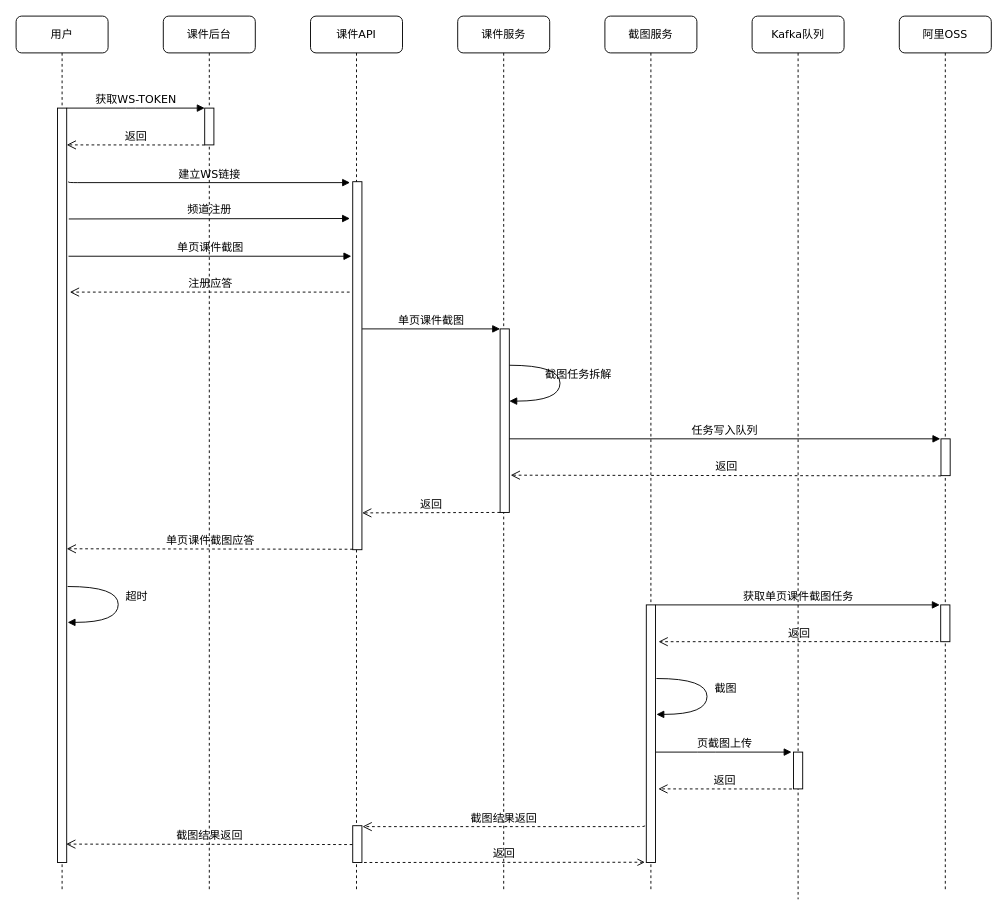
Before: cw3-release.drawio in huanjiesm/courseware-draw, a draw.io diagram. Source tidied: cells renumbered, new cells numbered last; positions are measured from the earlier drawing's top-left corner, leaving out a move shared by most shapes. Both pictures are drawn from the tidied source at 92%, with x=0, y=0 at pixel (16, 16).
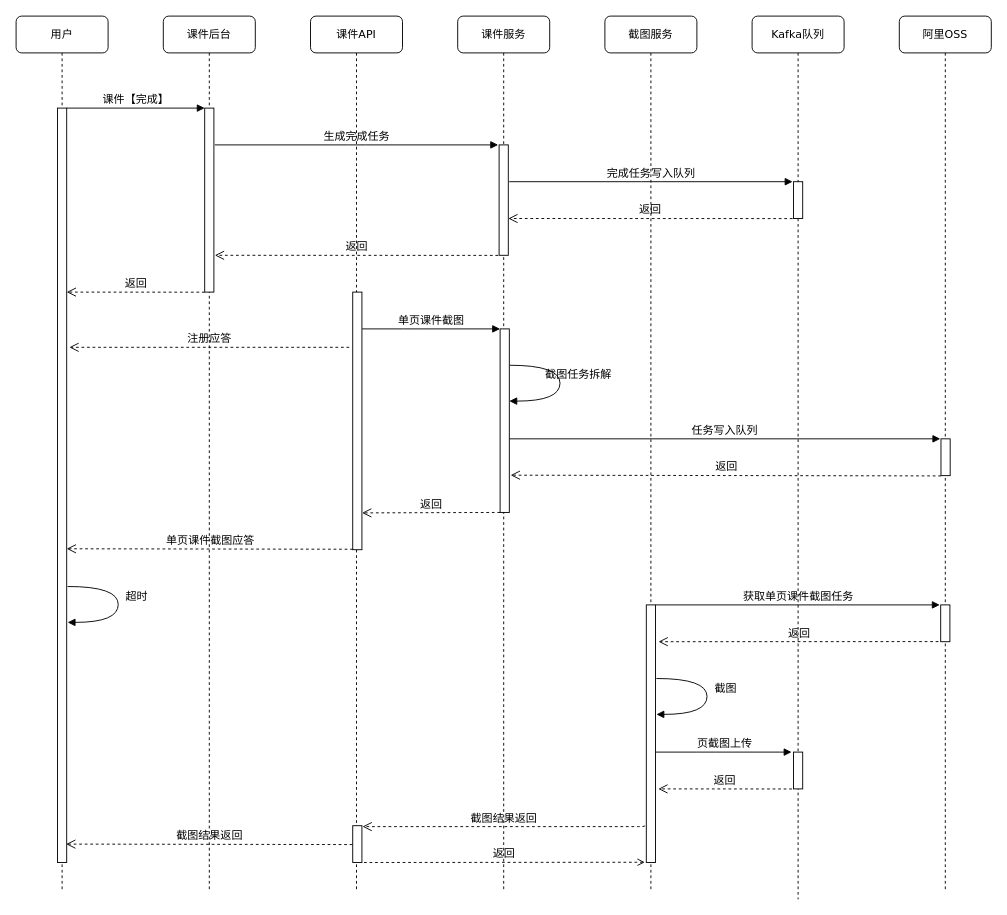
Above is the later version.

The change refers to these unchanged cells:
```xml
<mxCell id="4" value="Kafka队列" style="shape=umlLifeline;perimeter=lifelinePerimeter;whiteSpace=wrap;html=1;rounded=1;shadow=0;comic=0;labelBackgroundColor=none;strokeWidth=1;fontFamily=Verdana;fontSize=12;align=center;" parent="1" vertex="1">
  <mxGeometry x="800" width="100" height="960" as="geometry" />
</mxCell>
<mxCell id="6" value="课件后台" style="shape=umlLifeline;perimeter=lifelinePerimeter;whiteSpace=wrap;html=1;rounded=1;shadow=0;comic=0;labelBackgroundColor=none;strokeWidth=1;fontFamily=Verdana;fontSize=12;align=center;" parent="1" vertex="1">
  <mxGeometry x="160" width="100" height="950" as="geometry" />
</mxCell>
<mxCell id="9" value="课件API" style="shape=umlLifeline;perimeter=lifelinePerimeter;whiteSpace=wrap;html=1;rounded=1;shadow=0;comic=0;labelBackgroundColor=none;strokeWidth=1;fontFamily=Verdana;fontSize=12;align=center;" parent="1" vertex="1">
  <mxGeometry x="320" width="100" height="950" as="geometry" />
</mxCell>
<mxCell id="12" value="课件服务" style="shape=umlLifeline;perimeter=lifelinePerimeter;whiteSpace=wrap;html=1;rounded=1;shadow=0;comic=0;labelBackgroundColor=none;strokeWidth=1;fontFamily=Verdana;fontSize=12;align=center;" parent="1" vertex="1">
  <mxGeometry x="480" width="100" height="950" as="geometry" />
</mxCell>
<mxCell id="23" style="html=1;points=[];perimeter=orthogonalPerimeter;rounded=0;shadow=0;comic=0;labelBackgroundColor=none;strokeWidth=1;fontFamily=Verdana;fontSize=12;align=center;" parent="22" vertex="1">
  <mxGeometry x="45" y="100" width="10" height="820" as="geometry" />
</mxCell>
```

The edit, as a diff of the source:
```diff
@@
+    <mxCell id="39" style="html=1;perimeter=orthogonalPerimeter;rounded=0;shadow=0;comic=0;labelBackgroundColor=none;strokeWidth=1;fontFamily=Verdana;fontSize=12;align=center;" parent="4" vertex="1">
+      <mxGeometry x="45" y="180" width="10" height="40" as="geometry" />
+    </mxCell>
+    <mxCell id="40" value="返回" style="html=1;verticalAlign=bottom;endArrow=open;dashed=1;endSize=8;labelBackgroundColor=none;fontFamily=Verdana;fontSize=12;edgeStyle=elbowEdgeStyle;elbow=vertical;" parent="4" edge="1">
+      <mxGeometry relative="1" as="geometry">
+        <mxPoint x="44" y="220.1" as="sourcePoint" />
+        <mxPoint x="-265" y="220" as="targetPoint" />
+      </mxGeometry>
+    </mxCell>
@@
     <mxCell id="7" style="html=1;points=[];perimeter=orthogonalPerimeter;rounded=0;shadow=0;comic=0;labelBackgroundColor=none;strokeWidth=1;fontFamily=Verdana;fontSize=12;align=center;" parent="6" vertex="1">
-      <mxGeometry x="45" y="100" width="10" height="40" as="geometry" />
+      <mxGeometry x="45" y="100" width="10" height="200" as="geometry" />
     </mxCell>
     <mxCell id="8" value="返回" style="html=1;verticalAlign=bottom;endArrow=open;dashed=1;endSize=8;labelBackgroundColor=none;fontFamily=Verdana;fontSize=12;edgeStyle=elbowEdgeStyle;elbow=vertical;" parent="6" edge="1">
       <mxGeometry relative="1" as="geometry">
-        <mxPoint x="45" y="140.1" as="sourcePoint" />
-        <mxPoint x="-105" y="140.1" as="targetPoint" />
+        <mxPoint x="45" y="300.1" as="sourcePoint" />
+        <mxPoint x="-105" y="300.1" as="targetPoint" />
       </mxGeometry>
     </mxCell>
@@
     <mxCell id="10" style="html=1;perimeter=orthogonalPerimeter;rounded=0;shadow=0;comic=0;labelBackgroundColor=none;strokeWidth=1;fontFamily=Verdana;fontSize=12;align=center;" parent="9" vertex="1">
-      <mxGeometry x="45.9" y="180" width="10" height="400" as="geometry" />
+      <mxGeometry x="45.9" y="300" width="10" height="280" as="geometry" />
     </mxCell>
@@
+    <mxCell id="41" value="生成完成任务" style="html=1;verticalAlign=bottom;endArrow=block;labelBackgroundColor=none;fontFamily=Verdana;fontSize=12;edgeStyle=elbowEdgeStyle;elbow=vertical;" parent="9" edge="1">
+      <mxGeometry relative="1" as="geometry">
+        <mxPoint x="-104" y="140" as="sourcePoint" />
+        <mxPoint x="204" y="140" as="targetPoint" />
+      </mxGeometry>
+    </mxCell>
@@
+    <mxCell id="42" style="html=1;perimeter=orthogonalPerimeter;rounded=0;shadow=0;comic=0;labelBackgroundColor=none;strokeWidth=1;fontFamily=Verdana;fontSize=12;align=center;" parent="12" vertex="1">
+      <mxGeometry x="45" y="140" width="10" height="120" as="geometry" />
+    </mxCell>
+    <mxCell id="43" value="返回" style="html=1;verticalAlign=bottom;endArrow=open;dashed=1;endSize=8;labelBackgroundColor=none;fontFamily=Verdana;fontSize=12;edgeStyle=elbowEdgeStyle;elbow=vertical;" parent="12" edge="1">
+      <mxGeometry relative="1" as="geometry">
+        <mxPoint x="44" y="260.1" as="sourcePoint" />
+        <mxPoint x="-264" y="260" as="targetPoint" />
+      </mxGeometry>
+    </mxCell>
@@
-    <mxCell id="26" value="获取WS-TOKEN" style="html=1;verticalAlign=bottom;endArrow=block;entryX=0;entryY=0;labelBackgroundColor=none;fontFamily=Verdana;fontSize=12;edgeStyle=elbowEdgeStyle;elbow=vertical;" parent="1" edge="1" source="23" target="7">
+    <mxCell id="26" value="课件【完成】" style="html=1;verticalAlign=bottom;endArrow=block;entryX=0;entryY=0;labelBackgroundColor=none;fontFamily=Verdana;fontSize=12;edgeStyle=elbowEdgeStyle;elbow=vertical;" parent="1" edge="1" source="23" target="7">
       <mxGeometry relative="1" as="geometry" />
     </mxCell>
-    <mxCell id="27" value="频道注册" style="html=1;verticalAlign=bottom;endArrow=block;labelBackgroundColor=none;fontFamily=Verdana;fontSize=12;edgeStyle=elbowEdgeStyle;elbow=vertical;entryX=-0.097;entryY=0.101;entryDx=0;entryDy=0;entryPerimeter=0;exitX=1.429;exitY=0.147;exitDx=0;exitDy=0;exitPerimeter=0;" parent="1" edge="1">
-      <mxGeometry relative="1" as="geometry">
-        <mxPoint x="57.3" y="220.5" as="sourcePoint" />
-        <mxPoint x="362.9" y="220.4" as="targetPoint" />
-        <Array as="points">
-          <mxPoint x="118" y="220" />
-          <mxPoint x="338" y="214" />
-        </Array>
-      </mxGeometry>
-    </mxCell>
-    <mxCell id="28" value="建立WS链接" style="html=1;verticalAlign=bottom;endArrow=block;entryX=0;entryY=0;labelBackgroundColor=none;fontFamily=Verdana;fontSize=12;edgeStyle=elbowEdgeStyle;elbow=vertical;" parent="1" edge="1">
-      <mxGeometry relative="1" as="geometry">
-        <mxPoint x="57" y="180" as="sourcePoint" />
-        <mxPoint x="363" y="181" as="targetPoint" />
-      </mxGeometry>
-    </mxCell>
-    <mxCell id="29" value="单页课件截图" style="html=1;verticalAlign=bottom;endArrow=block;labelBackgroundColor=none;fontFamily=Verdana;fontSize=12;edgeStyle=elbowEdgeStyle;elbow=vertical;entryX=-0.347;entryY=0.299;entryDx=0;entryDy=0;entryPerimeter=0;" parent="1" edge="1">
-      <mxGeometry relative="1" as="geometry">
-        <mxPoint x="57" y="261" as="sourcePoint" />
-        <mxPoint x="364.4" y="260.6" as="targetPoint" />
-        <Array as="points">
-          <mxPoint x="152" y="261" />
-          <mxPoint x="237" y="261" />
-          <mxPoint x="277" y="261" />
-        </Array>
-      </mxGeometry>
-    </mxCell>
-    <mxCell id="30" value="注册应答" style="html=1;verticalAlign=bottom;endArrow=open;dashed=1;endSize=8;labelBackgroundColor=none;fontFamily=Verdana;fontSize=12;edgeStyle=elbowEdgeStyle;elbow=vertical;entryX=1.339;entryY=0.244;entryDx=0;entryDy=0;entryPerimeter=0;" parent="1" edge="1" target="23">
+    <mxCell id="30" value="注册应答" style="html=1;verticalAlign=bottom;endArrow=open;dashed=1;endSize=8;labelBackgroundColor=none;fontFamily=Verdana;fontSize=12;edgeStyle=elbowEdgeStyle;elbow=vertical;entryX=1.339;entryY=0.244;entryDx=0;entryDy=0;entryPerimeter=0;" parent="1" edge="1">
       <mxGeometry relative="1" as="geometry">
-        <mxPoint x="362.5" y="300" as="sourcePoint" />
+        <mxPoint x="362.1" y="360" as="sourcePoint" />
+        <mxPoint x="57.9" y="360.1" as="targetPoint" />
         <Array as="points">
-          <mxPoint x="143" y="300" />
-          <mxPoint x="123" y="300" />
+          <mxPoint x="142.6" y="360" />
+          <mxPoint x="122.6" y="360" />
         </Array>
       </mxGeometry>
     </mxCell>
@@
+    <mxCell id="44" value="完成任务写入队列" style="html=1;verticalAlign=bottom;endArrow=block;labelBackgroundColor=none;fontFamily=Verdana;fontSize=12;edgeStyle=elbowEdgeStyle;elbow=vertical;" parent="1" edge="1">
+      <mxGeometry relative="1" as="geometry">
+        <mxPoint x="536" y="180" as="sourcePoint" />
+        <mxPoint x="844" y="180" as="targetPoint" />
+      </mxGeometry>
+    </mxCell>
```
